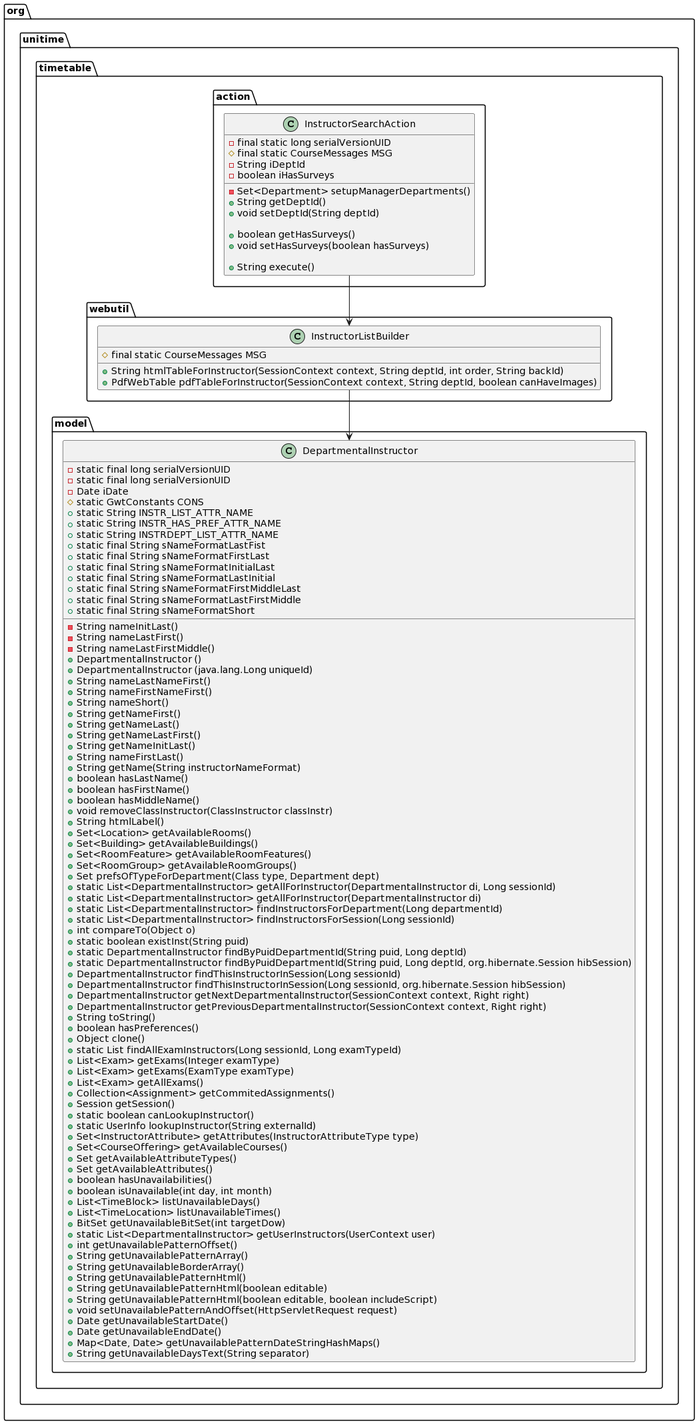
This is models/class-diagram-for-similar-functionality.png from seam-project/seam-project, a PlantUML export, as it was before one commit.
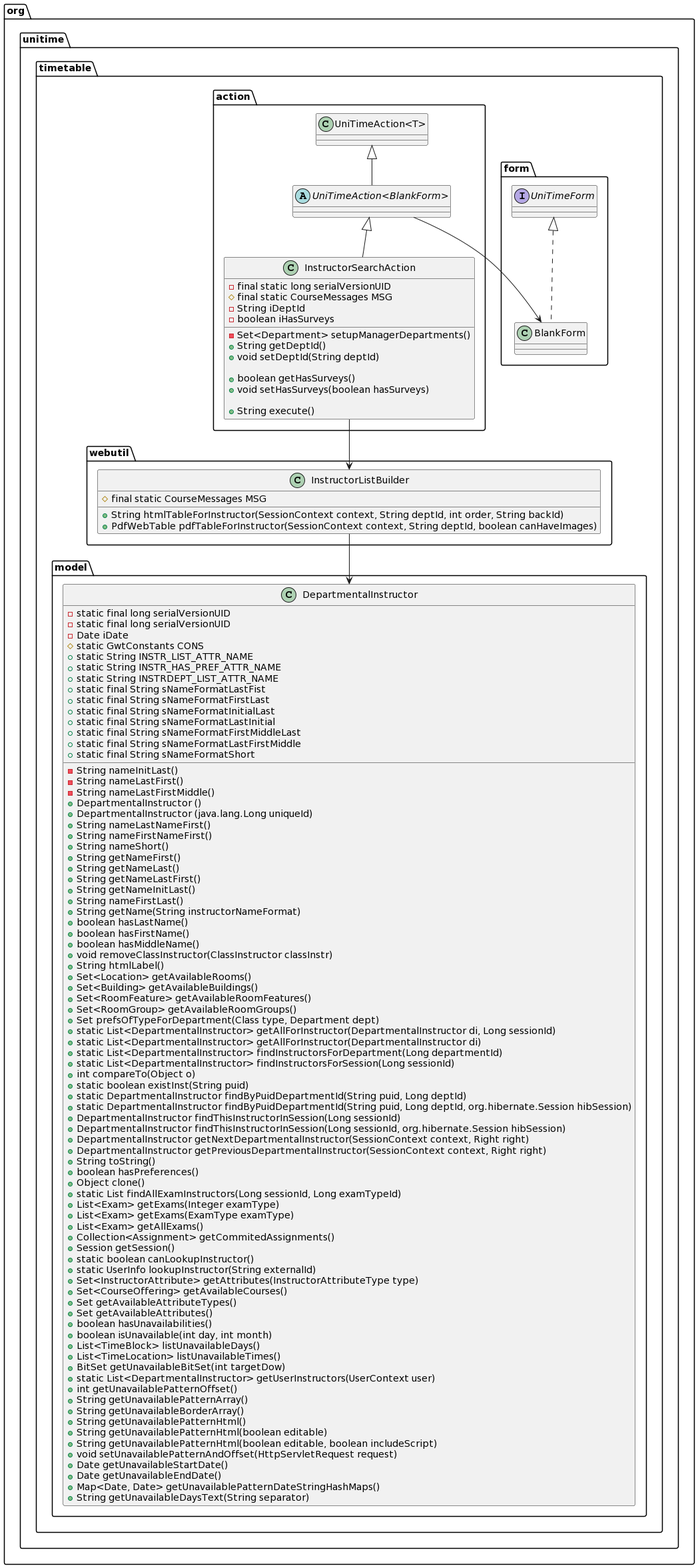
Later version of the same file.

Commit message:
Added some classes to class-diagram-for-similar-functionality

The edit, as a diff of the source:
```diff
@@ -1,7 +1,16 @@
 @startuml
+package org.unitime.timetable.form {
+interface UniTimeForm
+class BlankForm implements UniTimeForm
+}
+
 package org.unitime.timetable.action {
 
-class InstructorSearchAction {
+abstract class "UniTimeAction<BlankForm>" extends "UniTimeAction<T>"
+
+"UniTimeAction<BlankForm>" --> BlankForm
+
+class InstructorSearchAction extends "UniTimeAction<BlankForm>" {
 	- final static long serialVersionUID
 	# final static CourseMessages MSG
 	- String iDeptId
@@ -15,6 +24,8 @@
 
 	+ String execute()
 }
+
+
 }
 
 package org.unitime.timetable.webutil {
```
